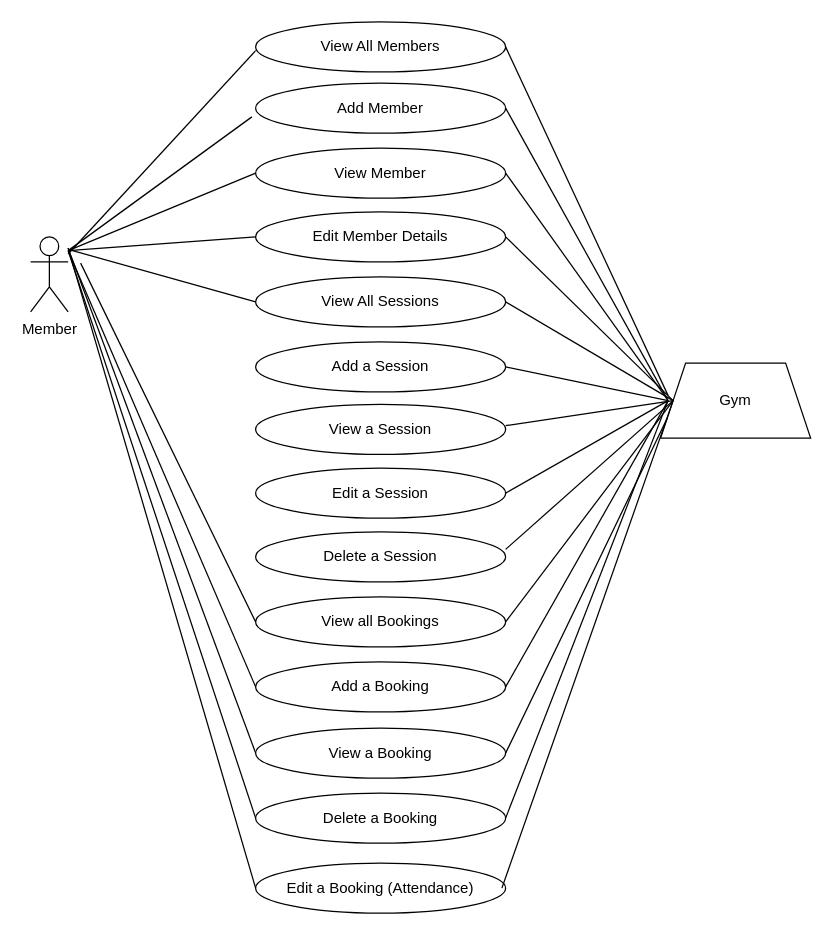
Earlier version of the draw.io diagram diagrams/project_usecase_diagram.drawio (M5FGN/codeclan_project_gymclan). Source tidied: cells renumbered, new cells numbered last; positions are measured from the earlier drawing's top-left corner, leaving out a move shared by most shapes. Both pictures are drawn from the tidied source at 125%, with x=0, y=0 at pixel (30, 21).
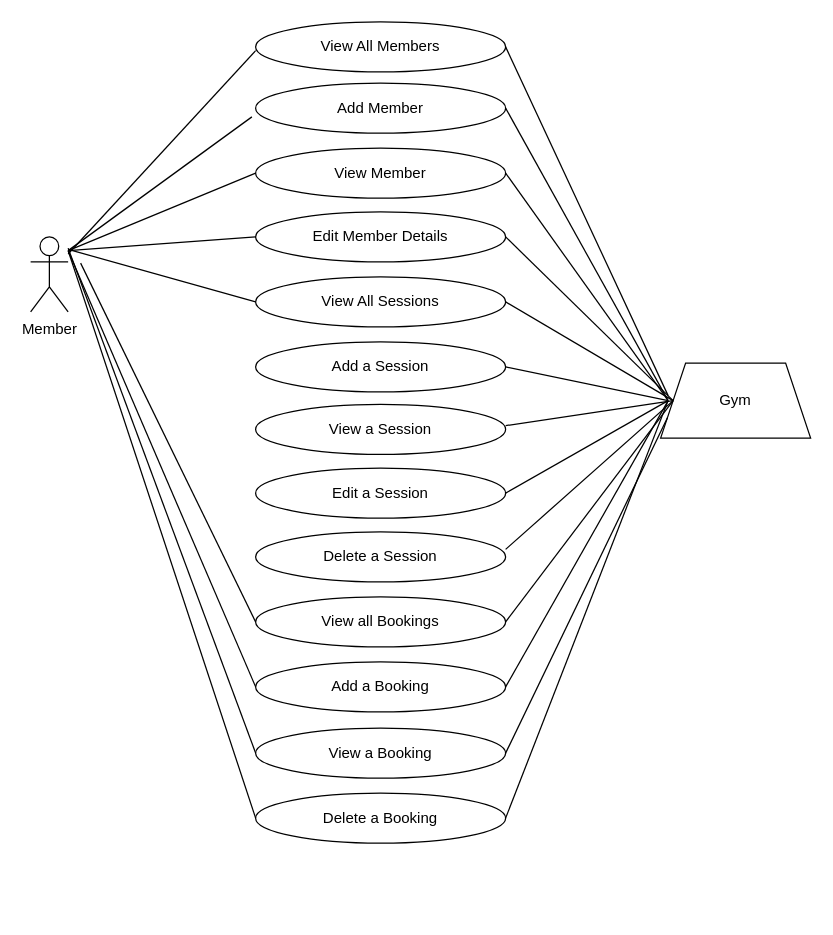
The same page after the edit.

The change refers to these unchanged cells:
```xml
<mxCell id="10" value="Gym" style="shape=trapezoid;perimeter=trapezoidPerimeter;whiteSpace=wrap;html=1;fixedSize=1;" parent="1" vertex="1">
  <mxGeometry x="504" y="273" width="120" height="60" as="geometry" />
</mxCell>
```

What changed in the source:
```diff
@@
-    <mxCell id="17" value="Edit a Booking (Attendance)" style="ellipse;whiteSpace=wrap;html=1;" parent="1" vertex="1">
-      <mxGeometry x="180" y="673" width="200" height="40" as="geometry" />
-    </mxCell>
@@
-    <mxCell id="36" style="endArrow=none;html=1;exitX=0;exitY=0.5;exitDx=0;exitDy=0;" parent="1" edge="1" source="10">
-      <mxGeometry relative="1" as="geometry">
-        <mxPoint x="377" y="693" as="targetPoint" />
-      </mxGeometry>
-    </mxCell>
-    <mxCell id="37" style="endArrow=none;html=1;entryX=0;entryY=0.5;entryDx=0;entryDy=0;" parent="1" edge="1" target="17">
-      <mxGeometry relative="1" as="geometry">
-        <mxPoint x="30" y="181" as="sourcePoint" />
-      </mxGeometry>
-    </mxCell>
```
